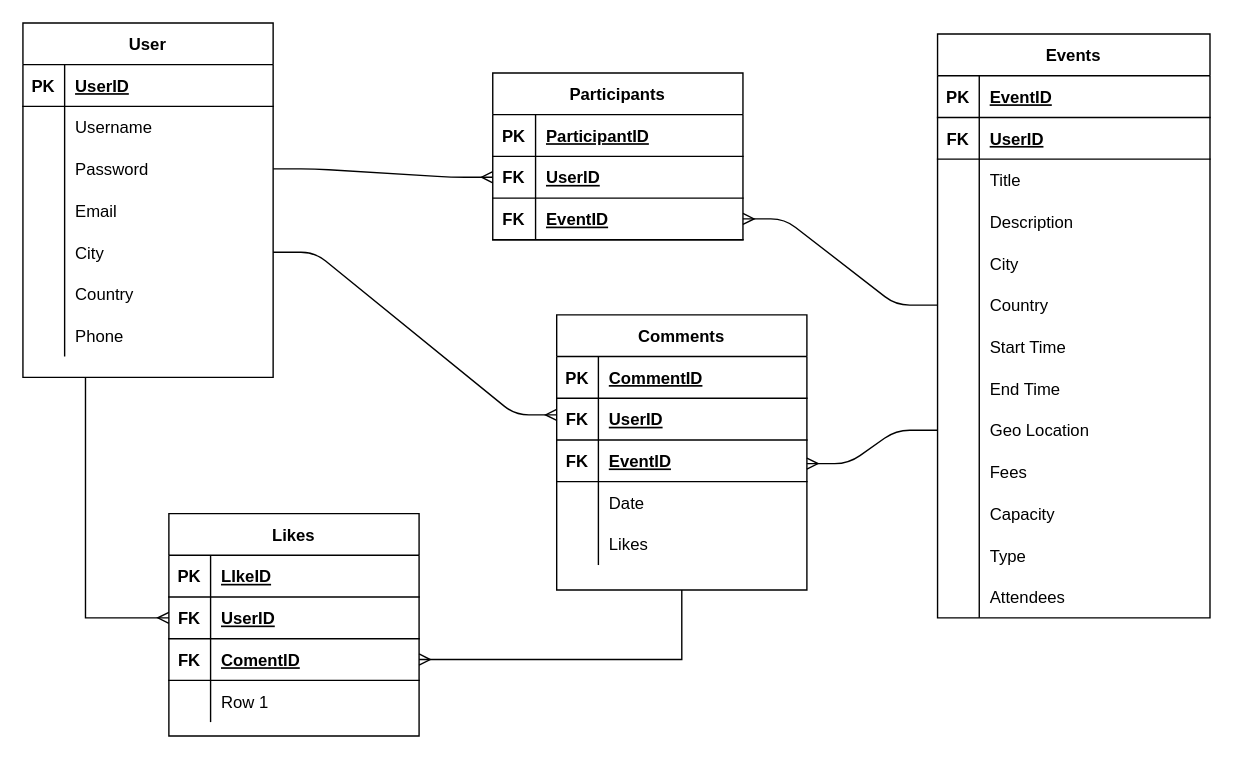
Before: eventor.drawio in cruedo/Eventor, a draw.io diagram. Source tidied: cells renumbered, new cells numbered last; positions are measured from the earlier drawing's top-left corner, leaving out a move shared by most shapes. Both pictures are drawn from the tidied source at 139%, with x=0, y=0 at pixel (22, 22).
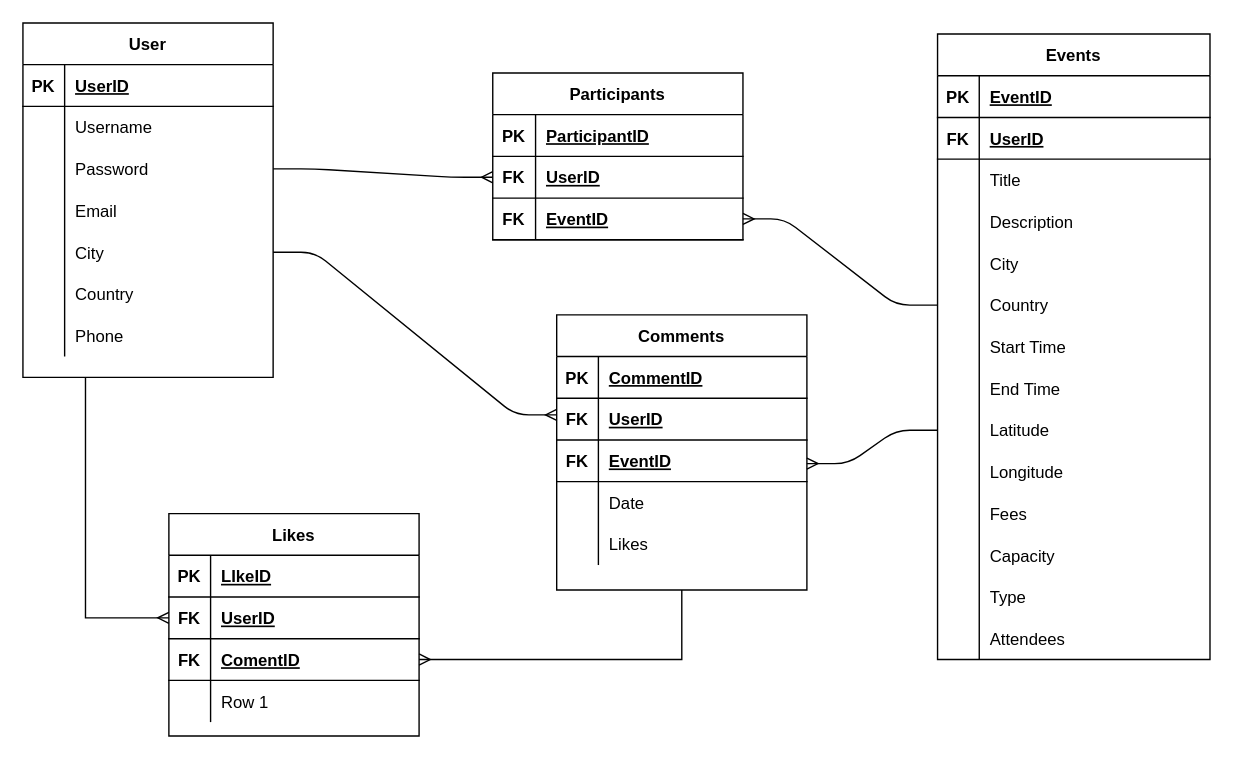
After the change.

Unchanged cells that the change refers to:
```xml
<mxCell id="50" style="shape=partialRectangle;fillColor=none;top=0;left=0;bottom=0;right=0;points=[[0,0.5],[1,0.5]];portConstraint=eastwest;" parent="25" vertex="1">
  <mxGeometry y="270" width="196" height="30" as="geometry" />
</mxCell>
```

Diff of the diagram source:
```diff
@@
     <mxCell id="25" value="Events" style="shape=table;startSize=30;childLayout=tableLayout;rowLines=0;fontStyle=1;align=center;" parent="1" vertex="1">
-      <mxGeometry x="658" y="8" width="196" height="420" as="geometry" />
+      <mxGeometry x="658" y="8" width="196" height="450" as="geometry" />
     </mxCell>
@@
-    <mxCell id="52" value="Geo Location" style="shape=partialRectangle;fillColor=none;top=0;left=0;bottom=0;right=0;align=left;spacingLeft=6;overflow=hidden;" parent="50" vertex="1">
+    <mxCell id="52" value="Latitude" style="shape=partialRectangle;fillColor=none;top=0;left=0;bottom=0;right=0;align=left;spacingLeft=6;overflow=hidden;" parent="50" vertex="1">
       <mxGeometry x="30" width="166" height="30" as="geometry" />
     </mxCell>
+    <mxCell id="109" style="shape=partialRectangle;fillColor=none;top=0;left=0;bottom=0;right=0;" parent="25" vertex="1">
+      <mxGeometry y="300" width="196" height="30" as="geometry" />
+    </mxCell>
+    <mxCell id="110" style="shape=partialRectangle;fillColor=none;top=0;left=0;bottom=0;right=0;overflow=hidden;" parent="109" vertex="1">
+      <mxGeometry width="30" height="30" as="geometry" />
+    </mxCell>
+    <mxCell id="111" value="Longitude" style="shape=partialRectangle;fillColor=none;top=0;left=0;bottom=0;right=0;align=left;spacingLeft=6;overflow=hidden;" parent="109" vertex="1">
+      <mxGeometry x="30" width="166" height="30" as="geometry" />
+    </mxCell>
     <mxCell id="53" style="shape=partialRectangle;fillColor=none;top=0;left=0;bottom=0;right=0;" parent="25" vertex="1">
-      <mxGeometry y="300" width="196" height="30" as="geometry" />
+      <mxGeometry y="330" width="196" height="30" as="geometry" />
     </mxCell>
@@
     <mxCell id="56" style="shape=partialRectangle;fillColor=none;top=0;left=0;bottom=0;right=0;" parent="25" vertex="1">
-      <mxGeometry y="330" width="196" height="30" as="geometry" />
+      <mxGeometry y="360" width="196" height="30" as="geometry" />
     </mxCell>
@@
     <mxCell id="59" style="shape=partialRectangle;fillColor=none;top=0;left=0;bottom=0;right=0;" parent="25" vertex="1">
-      <mxGeometry y="360" width="196" height="30" as="geometry" />
+      <mxGeometry y="390" width="196" height="30" as="geometry" />
     </mxCell>
@@
     <mxCell id="62" style="shape=partialRectangle;fillColor=none;top=0;left=0;bottom=0;right=0;" parent="25" vertex="1">
-      <mxGeometry y="390" width="196" height="30" as="geometry" />
+      <mxGeometry y="420" width="196" height="30" as="geometry" />
     </mxCell>
```
